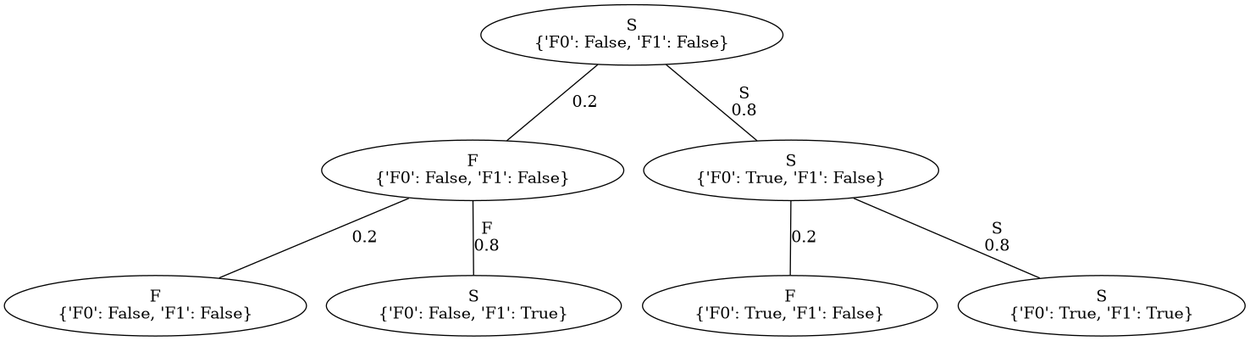
Earlier version of the Graphviz export G.gv.png (YasinBoloorchi/WARP-Simulator). Its source is kept beside it as G.gv.
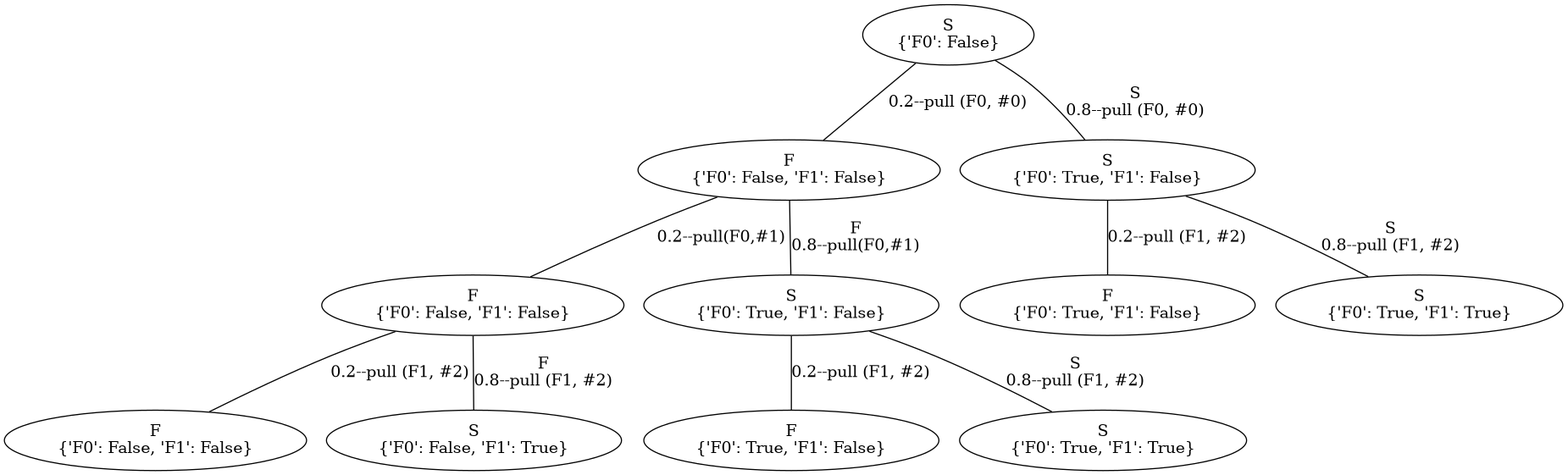
Later version of the same file.

Diff of the diagram source:
```diff
@@ -1,34 +1,54 @@
 graph G {
-	140469817420256 [label="S
+	140001827957216 [label="S
+{'F0': False}"]
+	140001827957024 [label="S
 {'F0': False, 'F1': False}"]
-	140469817420112 [label="S
+	140001827957216 -- 140001827957024 [label="0.2--pull (F0, #0)"]
+	140001827957024 [label="F
 {'F0': False, 'F1': False}"]
-	140469817420256 -- 140469817420112 [label=0.2]
-	140469817420112 [label="F
+	140001827956976 [label="F
 {'F0': False, 'F1': False}"]
-	140469815374656 [label="F
+	140001827957024 -- 140001827956976 [label="0.2--pull(F0,#1)"]
+	140001827956976 [label="F
 {'F0': False, 'F1': False}"]
-	140469817420112 -- 140469815374656 [label=0.2]
-	140469815374656 [label="F
+	140001826030304 [label="F
 {'F0': False, 'F1': False}"]
-	140469815374416 [label="{'F0': False, 'F1': True}"]
-	140469817420112 -- 140469815374416 [label="F
-0.8"]
-	140469815374416 [label="S
+	140001827956976 -- 140001826030304 [label="0.2--pull (F1, #2)"]
+	140001826030304 [label="F
+{'F0': False, 'F1': False}"]
+	140001826030544 [label="{'F0': False, 'F1': True}"]
+	140001827956976 -- 140001826030544 [label="F
+0.8--pull (F1, #2)"]
+	140001826030544 [label="S
 {'F0': False, 'F1': True}"]
-	140469815374320 [label="{'F0': True, 'F1': False}"]
-	140469817420256 -- 140469815374320 [label="S
-0.8"]
-	140469815374320 [label="S
+	140001826030160 [label="{'F0': True, 'F1': False}"]
+	140001827957024 -- 140001826030160 [label="F
+0.8--pull(F0,#1)"]
+	140001826030160 [label="S
 {'F0': True, 'F1': False}"]
-	140469815374752 [label="S
+	140001826030352 [label="S
 {'F0': True, 'F1': False}"]
-	140469815374320 -- 140469815374752 [label=0.2]
-	140469815374752 [label="F
+	140001826030160 -- 140001826030352 [label="0.2--pull (F1, #2)"]
+	140001826030352 [label="F
 {'F0': True, 'F1': False}"]
-	140469815374848 [label="{'F0': True, 'F1': True}"]
-	140469815374320 -- 140469815374848 [label="S
-0.8"]
-	140469815374848 [label="S
+	140001826030256 [label="{'F0': True, 'F1': True}"]
+	140001826030160 -- 140001826030256 [label="S
+0.8--pull (F1, #2)"]
+	140001826030256 [label="S
+{'F0': True, 'F1': True}"]
+	140001827956928 [label="{'F0': True, 'F1': False}"]
+	140001827957216 -- 140001827956928 [label="S
+0.8--pull (F0, #0)"]
+	140001827956928 [label="S
+{'F0': True, 'F1': False}"]
+	140001826030400 [label="S
+{'F0': True, 'F1': False}"]
+	140001827956928 -- 140001826030400 [label="0.2--pull (F1, #2)"]
+	140001826030400 [label="F
+{'F0': True, 'F1': False}"]
+	140001826030448 [label="{'F0': True, 'F1': True}"]
+	140001827956928 -- 140001826030448 [label="S
+0.8--pull (F1, #2)"]
+	140001826030448 [label="S
 {'F0': True, 'F1': True}"]
 }
```
